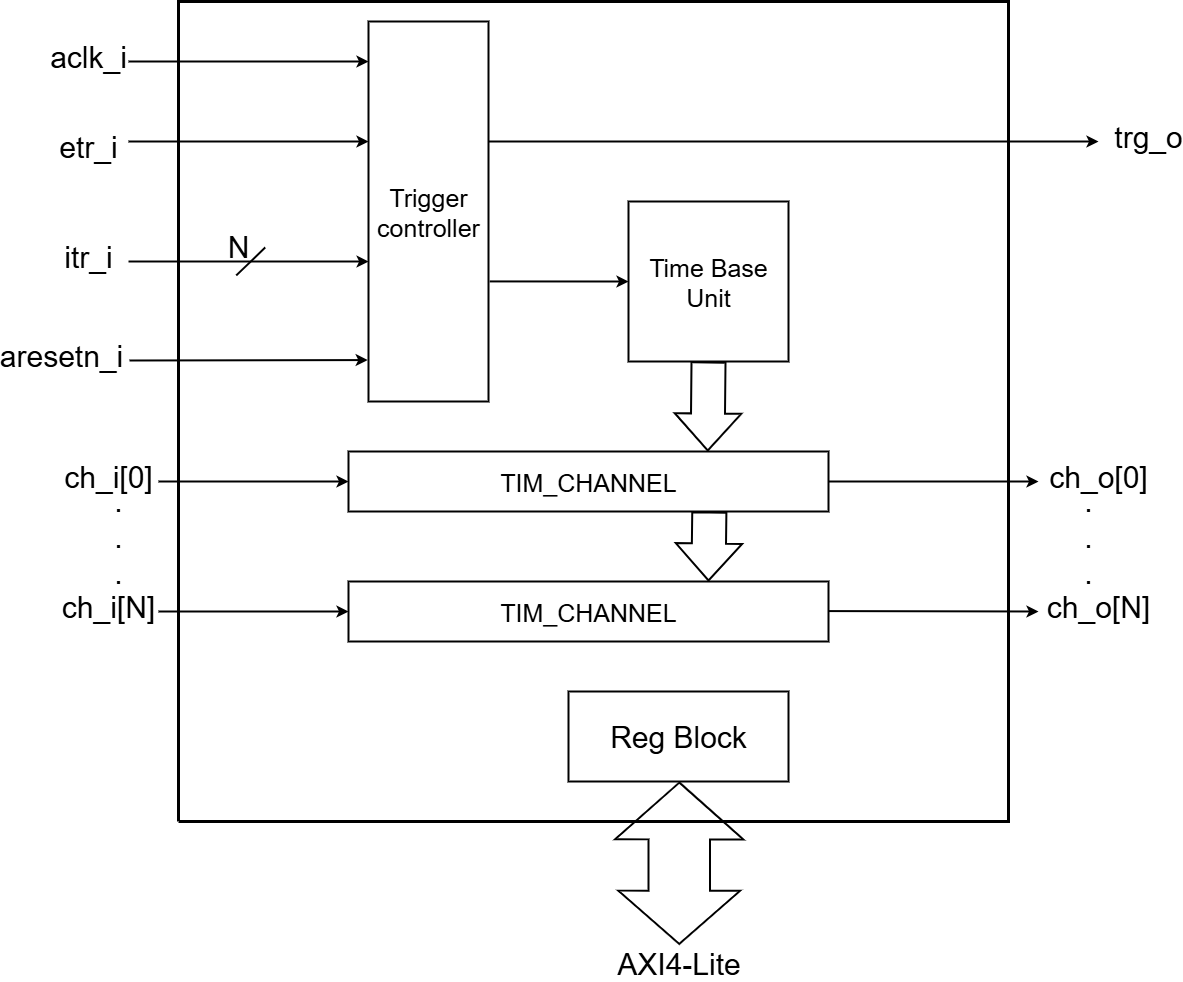
s-zasorin/General-Purpose-Timers keeps this draw.io diagram as doc/img/top_scheme.png. Above is the earlier version. Source tidied: cells renumbered, new cells last; positions are measured from the earlier drawing's top-left corner, leaving out a move shared by most shapes.
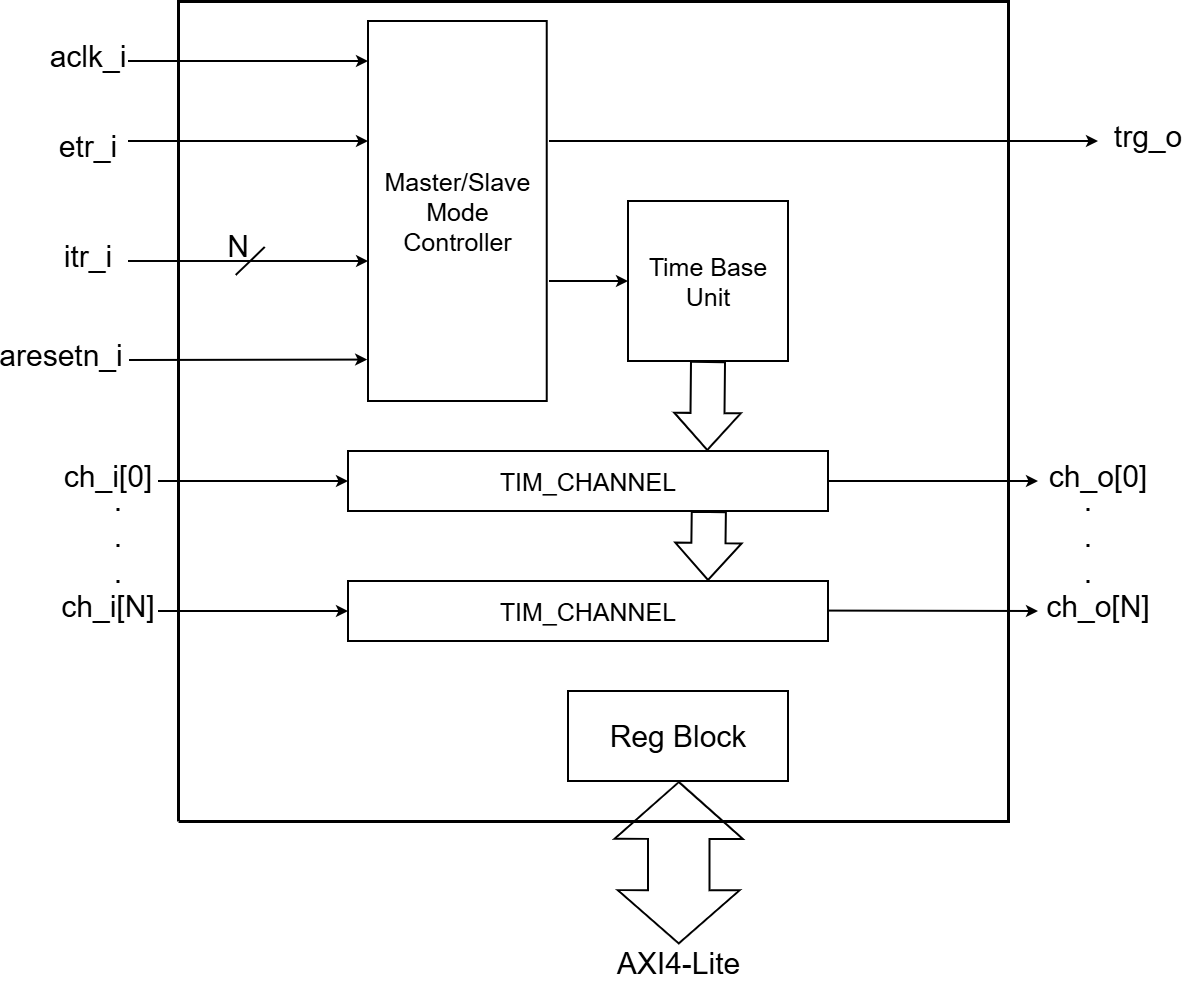
Later version of the same file.

Diff of the diagram source:
```diff
@@ -72,15 +72,17 @@
         <mxPoint x="336.2" y="358.6" as="targetPoint" />
       </mxGeometry>
     </mxCell>
-    <mxCell id="18" value="&lt;font style=&quot;font-size: 25px;&quot;&gt;Trigger controller&lt;/font&gt;" style="rounded=0;whiteSpace=wrap;html=1;strokeWidth=2;" parent="1" vertex="1">
-      <mxGeometry x="337" y="20" width="120" height="380" as="geometry" />
+    <mxCell id="18" value="&lt;font style=&quot;font-size: 25px;&quot;&gt;Master/Slave Mode Controller&lt;/font&gt;" style="rounded=0;whiteSpace=wrap;html=1;strokeWidth=2;" parent="1" vertex="1">
+      <mxGeometry x="337" y="20" width="178.7" height="380" as="geometry" />
     </mxCell>
-    <mxCell id="19" style="endArrow=classic;html=1;rounded=0;entryX=0;entryY=0.5;entryDx=0;entryDy=0;exitX=1.01;exitY=0.684;exitDx=0;exitDy=0;exitPerimeter=0;strokeWidth=2;" parent="1" edge="1" source="18" target="5">
-      <mxGeometry relative="1" as="geometry" />
+    <mxCell id="19" style="endArrow=classic;html=1;rounded=0;entryX=0;entryY=0.5;entryDx=0;entryDy=0;strokeWidth=2;" parent="1" edge="1" target="5">
+      <mxGeometry relative="1" as="geometry">
+        <mxPoint x="518" y="280" as="sourcePoint" />
+      </mxGeometry>
     </mxCell>
     <mxCell id="20" style="endArrow=classic;html=1;rounded=0;strokeWidth=2;" parent="1" edge="1">
       <mxGeometry relative="1" as="geometry">
-        <mxPoint x="457" y="140" as="sourcePoint" />
+        <mxPoint x="518" y="140" as="sourcePoint" />
         <mxPoint x="1067" y="140" as="targetPoint" />
       </mxGeometry>
     </mxCell>
```
